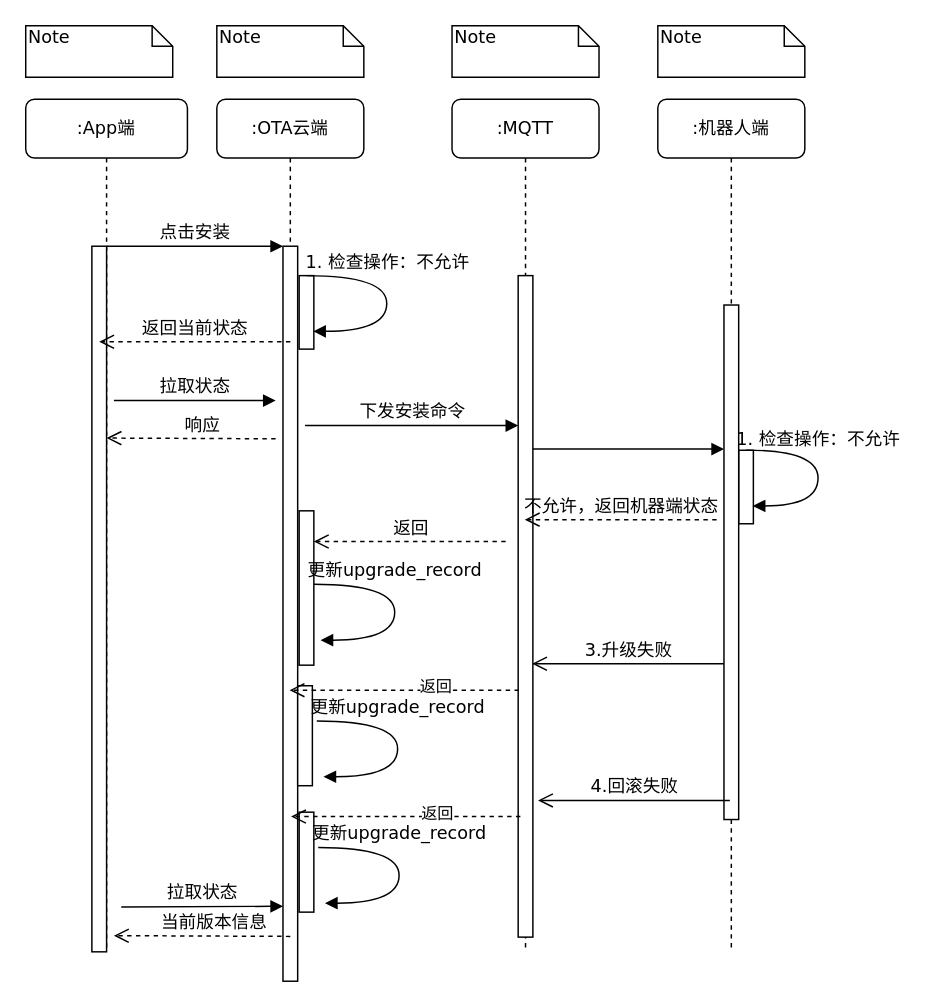
Above: craft/ex upgrade_flow.drawio in feihu618/drawio (draw.io), before the change. Source tidied: cells renumbered, new cells numbered last; positions are measured from the earlier drawing's top-left corner, leaving out a move shared by most shapes. Both pictures are drawn from the tidied source at 147%, with x=0, y=0 at pixel (25, 25).
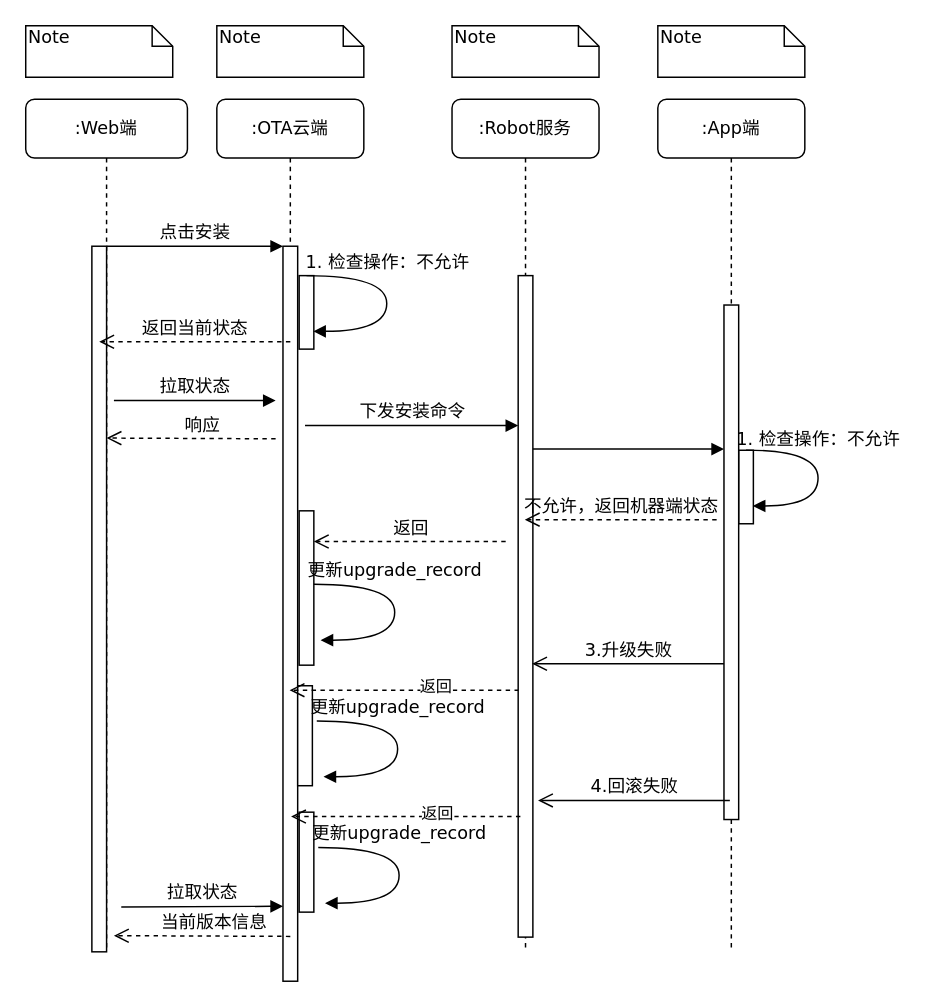
After the change.

Change to the diagram source:
```diff
@@
-    <mxCell id="9" value=":MQTT" style="shape=umlLifeline;perimeter=lifelinePerimeter;whiteSpace=wrap;html=1;rounded=1;shadow=0;comic=0;labelBackgroundColor=none;strokeWidth=1;fontFamily=Verdana;fontSize=12;align=center;" parent="1" vertex="1">
+    <mxCell id="9" value=":Robot服务" style="shape=umlLifeline;perimeter=lifelinePerimeter;whiteSpace=wrap;html=1;rounded=1;shadow=0;comic=0;labelBackgroundColor=none;strokeWidth=1;fontFamily=Verdana;fontSize=12;align=center;" parent="1" vertex="1">
       <mxGeometry x="290" y="50" width="100" height="580" as="geometry" />
     </mxCell>
@@
-    <mxCell id="11" value=":机器人端" style="shape=umlLifeline;perimeter=lifelinePerimeter;whiteSpace=wrap;html=1;rounded=1;shadow=0;comic=0;labelBackgroundColor=none;strokeWidth=1;fontFamily=Verdana;fontSize=12;align=center;" parent="1" vertex="1">
+    <mxCell id="11" value=":App端" style="shape=umlLifeline;perimeter=lifelinePerimeter;whiteSpace=wrap;html=1;rounded=1;shadow=0;comic=0;labelBackgroundColor=none;strokeWidth=1;fontFamily=Verdana;fontSize=12;align=center;" parent="1" vertex="1">
       <mxGeometry x="430" y="50" width="100" height="580" as="geometry" />
     </mxCell>
@@
-    <mxCell id="14" value=":App端" style="shape=umlLifeline;perimeter=lifelinePerimeter;whiteSpace=wrap;html=1;rounded=1;shadow=0;comic=0;labelBackgroundColor=none;strokeWidth=1;fontFamily=Verdana;fontSize=12;align=center;" parent="1" vertex="1">
+    <mxCell id="14" value=":Web端" style="shape=umlLifeline;perimeter=lifelinePerimeter;whiteSpace=wrap;html=1;rounded=1;shadow=0;comic=0;labelBackgroundColor=none;strokeWidth=1;fontFamily=Verdana;fontSize=12;align=center;" parent="1" vertex="1">
       <mxGeometry y="50" width="110" height="580" as="geometry" />
     </mxCell>
```
